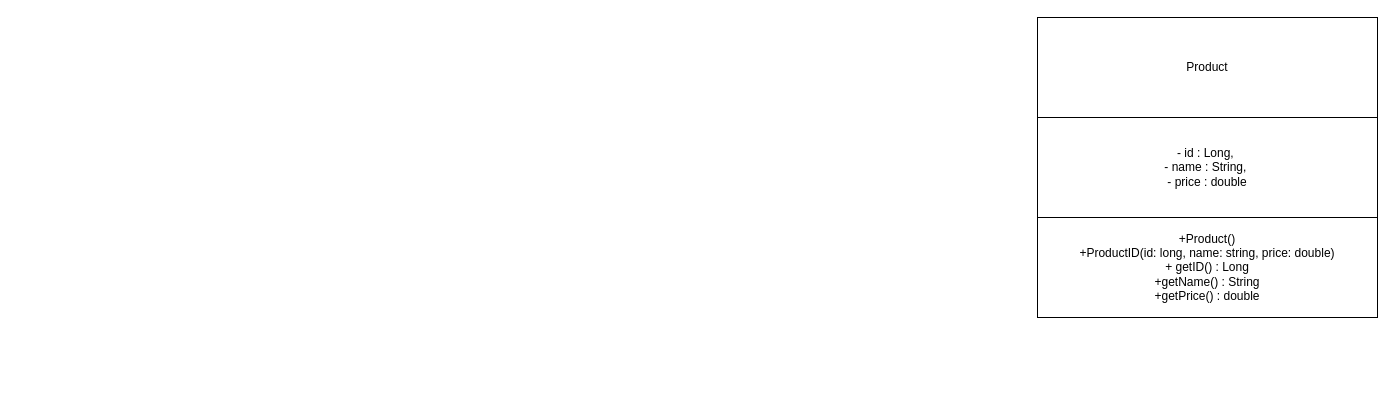
The draw.io diagram docs/uml/Product.drawio in Rjshome/products-api, before the edit. Source tidied: cells renumbered, new cells numbered last; positions are measured from the earlier drawing's top-left corner, leaving out a move shared by most shapes. Both pictures are drawn from the tidied source at 100%, with x=0, y=0 at pixel (1037, 17).
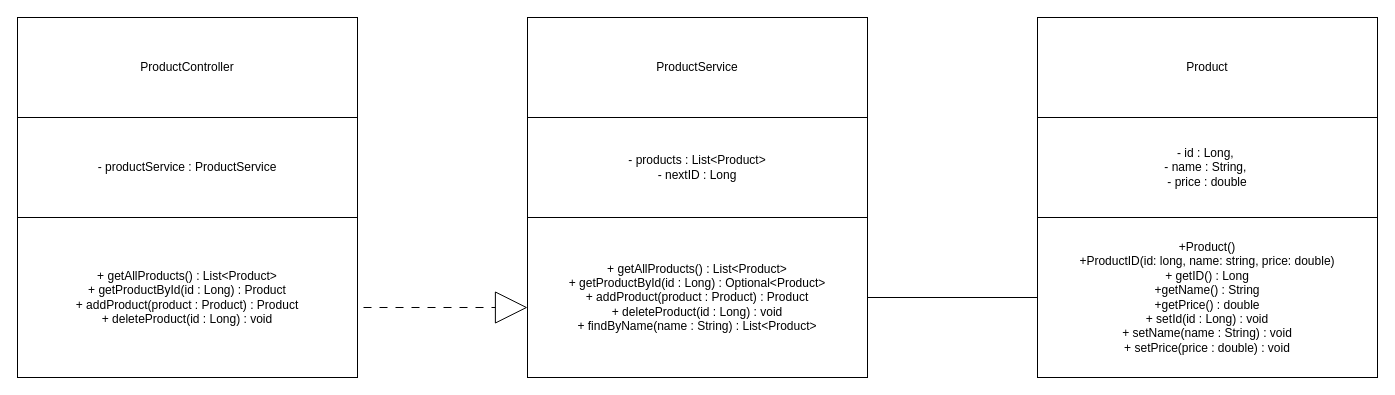
The same diagram, later.

Commit message (it also covers changes not shown here):
Tutorial 3: ProductService with List - four CRUD endpoints working

The edit, as a diff of the source:
```diff
@@
 <mxGraphModel>
   <root>
     <mxCell id="0" />
     <mxCell id="1" parent="0" />
-    <mxCell id="2" style="group;" parent="1" vertex="1">
-      <mxGeometry width="340" height="300" as="geometry" />
+    <mxCell id="2" value=" " style="group;" parent="1" vertex="1">
+      <mxGeometry width="340" height="360" as="geometry" />
     </mxCell>
     <mxCell id="3" value="Product" style="rounded=0;whiteSpace=wrap;html=1;" parent="2" vertex="1">
       <mxGeometry width="340" height="100" as="geometry" />
     </mxCell>
     <mxCell id="4" value="- id : Long,&amp;nbsp;&lt;div&gt;- name : String,&amp;nbsp;&lt;/div&gt;&lt;div&gt;- price : double&lt;/div&gt;" style="rounded=0;whiteSpace=wrap;html=1;" parent="2" vertex="1">
       <mxGeometry y="100" width="340" height="100" as="geometry" />
     </mxCell>
-    <mxCell id="5" value="&lt;div&gt;&lt;span style=&quot;background-color: transparent; color: light-dark(rgb(0, 0, 0), rgb(255, 255, 255));&quot;&gt;+Product()&lt;/span&gt;&lt;/div&gt;&lt;div&gt;&lt;span style=&quot;background-color: transparent; color: light-dark(rgb(0, 0, 0), rgb(255, 255, 255));&quot;&gt;+ProductID(id: long, name: string, price: double)&lt;/span&gt;&lt;/div&gt;&lt;div&gt;&lt;span style=&quot;background-color: transparent; color: light-dark(rgb(0, 0, 0), rgb(255, 255, 255));&quot;&gt;+ getID() : Long&lt;/span&gt;&lt;/div&gt;&lt;div&gt;+getName() : String&lt;/div&gt;&lt;div&gt;+getPrice() : double&lt;/div&gt;" style="rounded=0;whiteSpace=wrap;html=1;" parent="2" vertex="1">
-      <mxGeometry y="200" width="340" height="100" as="geometry" />
+    <mxCell id="5" value="&lt;div&gt;&lt;span style=&quot;background-color: transparent; color: light-dark(rgb(0, 0, 0), rgb(255, 255, 255));&quot;&gt;+Product()&lt;/span&gt;&lt;/div&gt;&lt;div&gt;&lt;span style=&quot;background-color: transparent; color: light-dark(rgb(0, 0, 0), rgb(255, 255, 255));&quot;&gt;+ProductID(id: long, name: string, price: double)&lt;/span&gt;&lt;/div&gt;&lt;div&gt;&lt;span style=&quot;background-color: transparent; color: light-dark(rgb(0, 0, 0), rgb(255, 255, 255));&quot;&gt;+ getID() : Long&lt;/span&gt;&lt;/div&gt;&lt;div&gt;+getName() : String&lt;/div&gt;&lt;div&gt;+getPrice() : double&lt;/div&gt;&lt;div&gt;&lt;div&gt;+ setId(id : Long) : void&lt;/div&gt;&lt;div&gt;+ setName(name : String) : void&lt;/div&gt;&lt;div&gt;+ setPrice(price : double) : void&lt;/div&gt;&lt;/div&gt;" style="rounded=0;whiteSpace=wrap;html=1;" parent="2" vertex="1">
+      <mxGeometry y="200" width="340" height="160" as="geometry" />
     </mxCell>
+    <mxCell id="6" value="ProductService" style="rounded=0;whiteSpace=wrap;html=1;" parent="1" vertex="1">
+      <mxGeometry x="-510" width="340" height="100" as="geometry" />
+    </mxCell>
+    <mxCell id="7" value="&lt;div&gt;- products : List&amp;lt;Product&amp;gt;&lt;/div&gt;&lt;div&gt;- nextID : Long&lt;/div&gt;" style="rounded=0;whiteSpace=wrap;html=1;" parent="1" vertex="1">
+      <mxGeometry x="-510" y="100" width="340" height="100" as="geometry" />
+    </mxCell>
+    <mxCell id="8" style="edgeStyle=orthogonalEdgeStyle;shape=connector;rounded=0;jettySize=auto;html=1;entryX=0;entryY=0.5;entryDx=0;entryDy=0;strokeColor=default;align=center;verticalAlign=middle;fontFamily=Helvetica;fontSize=11;fontColor=default;labelBackgroundColor=default;endArrow=none;endFill=0;" parent="1" edge="1" source="9" target="5">
+      <mxGeometry relative="1" as="geometry" />
+    </mxCell>
+    <mxCell id="9" value="&lt;div&gt;+ getAllProducts() : List&amp;lt;Product&amp;gt;&lt;/div&gt;&lt;div&gt;+ getProductById(id : Long) : Optional&amp;lt;Product&amp;gt;&lt;/div&gt;&lt;div&gt;+ addProduct(product : Product) : Product&lt;/div&gt;&lt;div&gt;+ deleteProduct(id : Long) : void&lt;/div&gt;&lt;div&gt;+ findByName(name : String) : List&amp;lt;Product&amp;gt;&lt;/div&gt;" style="rounded=0;whiteSpace=wrap;html=1;" parent="1" vertex="1">
+      <mxGeometry x="-510" y="200" width="340" height="160" as="geometry" />
+    </mxCell>
+    <mxCell id="10" value="ProductController" style="rounded=0;whiteSpace=wrap;html=1;" parent="1" vertex="1">
+      <mxGeometry x="-1020" width="340" height="100" as="geometry" />
+    </mxCell>
+    <mxCell id="11" style="edgeStyle=orthogonalEdgeStyle;shape=connector;rounded=0;jettySize=auto;html=1;exitX=1;exitY=1;exitDx=0;exitDy=0;strokeColor=default;align=center;verticalAlign=middle;fontFamily=Helvetica;fontSize=11;fontColor=default;labelBackgroundColor=default;endArrow=block;endFill=0;dashed=1;startSize=13;dashPattern=8 8;endSize=30;" parent="1" edge="1" source="12" target="9">
+      <mxGeometry relative="1" as="geometry">
+        <Array as="points">
+          <mxPoint x="-680" y="290" />
+        </Array>
+      </mxGeometry>
+    </mxCell>
+    <mxCell id="12" value="- productService : ProductService" style="rounded=0;whiteSpace=wrap;html=1;" parent="1" vertex="1">
+      <mxGeometry x="-1020" y="100" width="340" height="100" as="geometry" />
+    </mxCell>
+    <mxCell id="13" value="&lt;div&gt;+ getAllProducts() : List&amp;lt;Product&amp;gt;&lt;/div&gt;&lt;div&gt;+ getProductById(id : Long) : Product&lt;/div&gt;&lt;div&gt;+ addProduct(product : Product) : Product&lt;/div&gt;&lt;div&gt;+ deleteProduct(id : Long) : void&lt;/div&gt;" style="rounded=0;whiteSpace=wrap;html=1;" parent="1" vertex="1">
+      <mxGeometry x="-1020" y="200" width="340" height="160" as="geometry" />
+    </mxCell>
   </root>
 </mxGraphModel>
```
